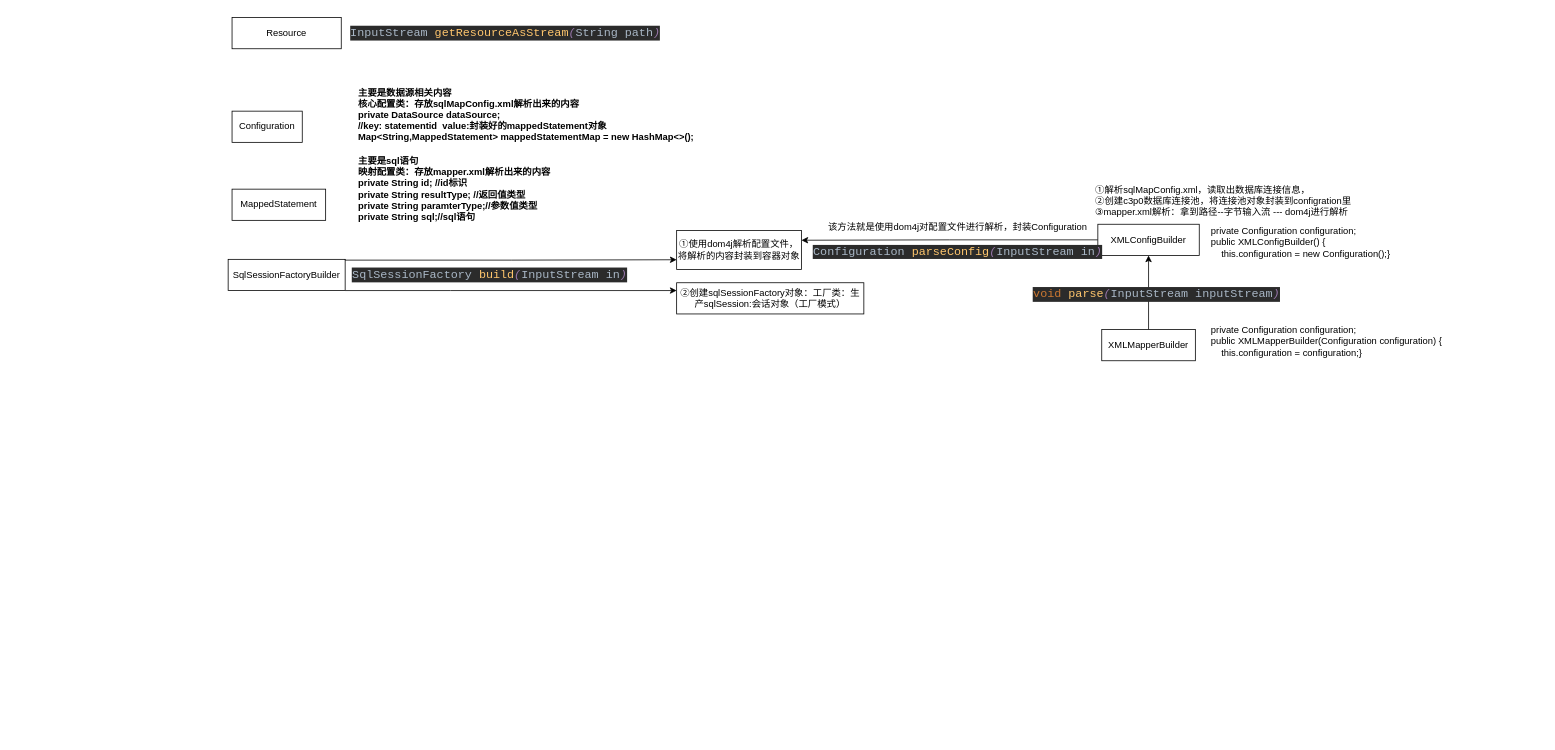
Earlier version of the draw.io diagram 自定义mybatis.drawio (x1126565832/pic). Source tidied: cells renumbered, new cells numbered last; positions are measured from the earlier drawing's top-left corner, leaving out a move shared by most shapes. Both pictures are drawn from the tidied source at 78%, with x=0, y=0 at pixel (228, 13).
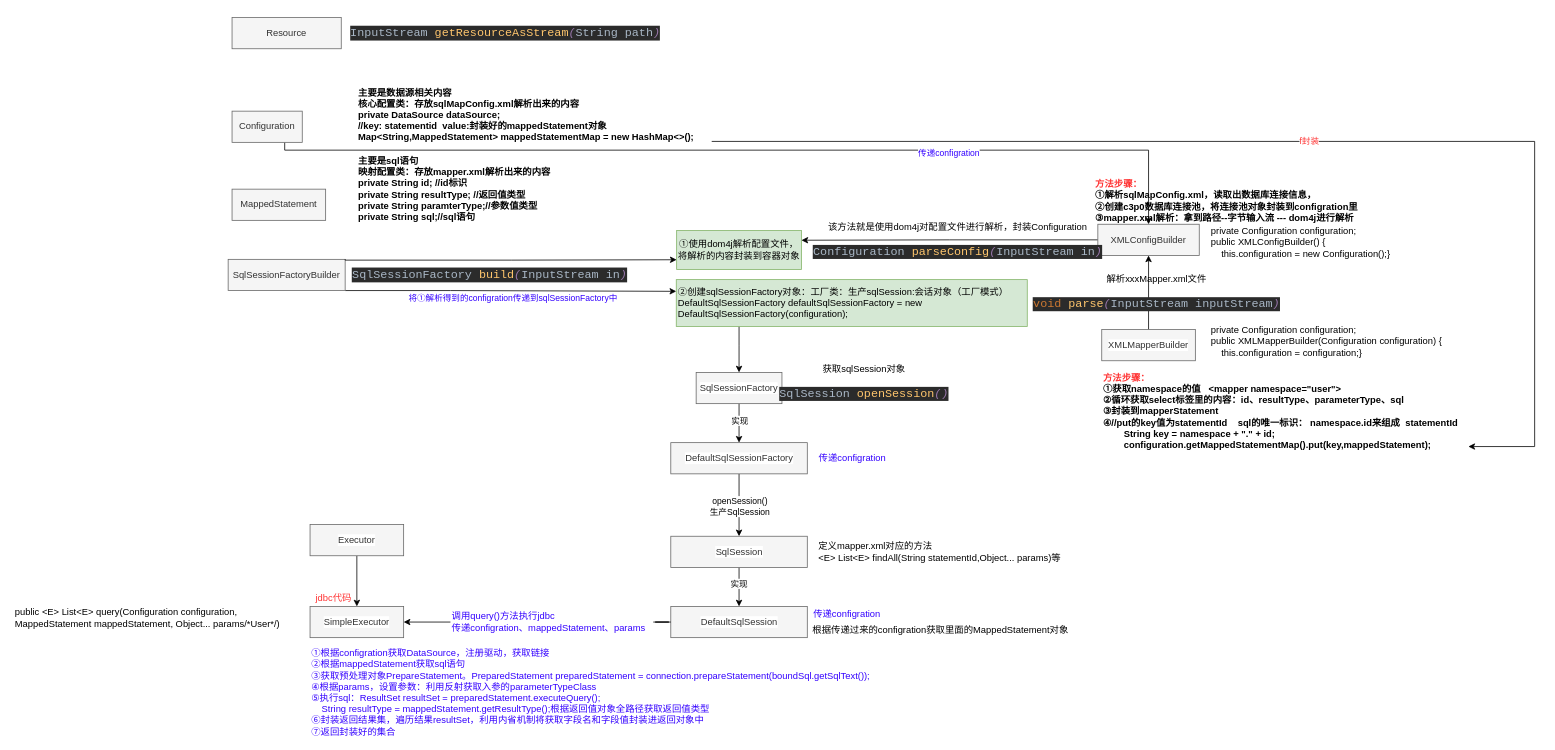
Above is the later version.

Commit message (it also covers changes not shown here):
更新自定义mybatis.drawio

Unchanged cells that the change refers to:
```xml
<mxCell id="7" value="主要是数据源相关内容&lt;br&gt;核心配置类：存放sqlMapConfig.xml解析出来的内容&lt;br&gt;private DataSource dataSource;&lt;br&gt;//key: statementid&amp;nbsp; value:封装好的mappedStatement对象&lt;br&gt;Map&amp;lt;String,MappedStatement&amp;gt; mappedStatementMap = new HashMap&amp;lt;&amp;gt;();&lt;br&gt;" style="text;html=1;align=left;verticalAlign=middle;points=[];strokeColor=none;fillColor=none;fontStyle=1;" parent="1" vertex="1">
  <mxGeometry x="165" y="95" width="450" height="70" as="geometry" />
</mxCell>
<mxCell id="9" style="edgeStyle=orthogonalEdgeStyle;rounded=0;jettySize=auto;html=1;exitX=1;exitY=1;exitDx=0;exitDy=0;entryX=0;entryY=0.25;entryDx=0;entryDy=0;" parent="1" edge="1" source="10" target="13">
  <mxGeometry relative="1" as="geometry">
    <Array as="points">
      <mxPoint x="285" y="355" />
      <mxPoint x="285" y="355" />
    </Array>
  </mxGeometry>
</mxCell>
```

Diff of the diagram source:
```diff
@@
-    <mxCell id="2" value="Resource" style="whiteSpace=wrap;html=1;" parent="1" vertex="1">
+    <mxCell id="2" value="Resource" style="whiteSpace=wrap;html=1;fillColor=#f5f5f5;strokeColor=#666666;fontColor=#333333;" parent="1" vertex="1">
       <mxGeometry x="5" y="5" width="140" height="40" as="geometry" />
     </mxCell>
@@
+    <mxCell id="25" style="edgeStyle=orthogonalEdgeStyle;rounded=0;jettySize=auto;html=1;exitX=0.75;exitY=1;exitDx=0;exitDy=0;fontColor=#3300FF;" parent="1" edge="1" source="4" target="16">
+      <mxGeometry relative="1" as="geometry">
+        <Array as="points">
+          <mxPoint x="73" y="175" />
+          <mxPoint x="1180" y="175" />
+        </Array>
+      </mxGeometry>
+    </mxCell>
+    <mxCell id="26" value="传递configration" style="edgeLabel;html=1;align=center;verticalAlign=middle;fontColor=#3300FF;" parent="25" vertex="1">
+      <mxGeometry x="0.42" y="-3" relative="1" as="geometry" />
+    </mxCell>
-    <mxCell id="4" value="Configuration" style="whiteSpace=wrap;html=1;" parent="1" vertex="1">
+    <mxCell id="4" value="Configuration" style="whiteSpace=wrap;html=1;fillColor=#f5f5f5;strokeColor=#666666;fontColor=#333333;" parent="1" vertex="1">
       <mxGeometry x="5" y="125" width="90" height="40" as="geometry" />
     </mxCell>
-    <mxCell id="5" value="MappedStatement" style="whiteSpace=wrap;html=1;" parent="1" vertex="1">
+    <mxCell id="5" value="MappedStatement" style="whiteSpace=wrap;html=1;fillColor=#f5f5f5;strokeColor=#666666;fontColor=#333333;" parent="1" vertex="1">
       <mxGeometry x="5" y="225" width="120" height="40" as="geometry" />
     </mxCell>
@@
+    <mxCell id="27" value="将①解析得到的configration传递到sqlSessionFactory中" style="edgeLabel;html=1;align=center;verticalAlign=middle;fontColor=#3300FF;" parent="9" vertex="1">
+      <mxGeometry x="0.74" y="1" relative="1" as="geometry">
+        <mxPoint x="-155" y="10" as="offset" />
+      </mxGeometry>
+    </mxCell>
-    <mxCell id="10" value="SqlSessionFactoryBuilder" style="whiteSpace=wrap;html=1;align=center;" parent="1" vertex="1">
+    <mxCell id="10" value="SqlSessionFactoryBuilder" style="whiteSpace=wrap;html=1;align=center;fillColor=#f5f5f5;strokeColor=#666666;fontColor=#333333;" parent="1" vertex="1">
       <mxGeometry y="315" width="150" height="40" as="geometry" />
     </mxCell>
@@
-    <mxCell id="12" value="①使用dom4j解析配置文件，将解析的内容封装到容器对象" style="whiteSpace=wrap;html=1;align=center;" parent="1" vertex="1">
+    <mxCell id="12" value="①使用dom4j解析配置文件，将解析的内容封装到容器对象" style="whiteSpace=wrap;html=1;align=center;fillColor=#d5e8d4;strokeColor=#82b366;" parent="1" vertex="1">
       <mxGeometry x="575" y="278" width="160" height="50" as="geometry" />
     </mxCell>
+    <mxCell id="28" style="edgeStyle=orthogonalEdgeStyle;rounded=0;jettySize=auto;html=1;entryX=0.5;entryY=0;entryDx=0;entryDy=0;fontColor=#000000;" parent="1" edge="1" source="13" target="33">
+      <mxGeometry relative="1" as="geometry">
+        <Array as="points">
+          <mxPoint x="655" y="425" />
+          <mxPoint x="655" y="425" />
+        </Array>
+      </mxGeometry>
+    </mxCell>
-    <mxCell id="13" value="②创建sqlSessionFactory对象：工厂类：生产sqlSession:会话对象（工厂模式）" style="whiteSpace=wrap;html=1;align=center;" parent="1" vertex="1">
-      <mxGeometry x="575" y="345" width="240" height="40" as="geometry" />
+    <mxCell id="13" value="②创建sqlSessionFactory对象：工厂类：生产sqlSession:会话对象（工厂模式）&lt;br&gt;DefaultSqlSessionFactory defaultSqlSessionFactory = new DefaultSqlSessionFactory(configuration);" style="whiteSpace=wrap;html=1;align=left;labelBackgroundColor=none;fillColor=#d5e8d4;strokeColor=#82b366;" parent="1" vertex="1">
+      <mxGeometry x="574.5" y="341" width="450" height="60" as="geometry" />
     </mxCell>
@@
-    <mxCell id="16" value="XMLConfigBuilder" style="whiteSpace=wrap;html=1;align=center;" parent="1" vertex="1">
+    <mxCell id="16" value="XMLConfigBuilder" style="whiteSpace=wrap;html=1;align=center;fillColor=#f5f5f5;strokeColor=#666666;fontColor=#333333;" parent="1" vertex="1">
       <mxGeometry x="1115" y="270" width="130" height="40" as="geometry" />
     </mxCell>
@@
-    <mxCell id="19" value="①解析sqlMapConfig.xml，读取出数据库连接信息，&lt;br&gt;②创建c3p0数据库连接池，将连接池对象封装到configration里&lt;br&gt;&lt;div style=&quot;&quot;&gt;&lt;span&gt;③mapper.xml解析：拿到路径--字节输入流 --- dom4j进行解析&lt;/span&gt;&lt;/div&gt;" style="text;html=1;align=left;verticalAlign=middle;strokeColor=none;fillColor=none;" parent="1" vertex="1">
-      <mxGeometry x="1110" y="215" width="340" height="50" as="geometry" />
+    <mxCell id="19" value="&lt;font color=&quot;#ff3333&quot;&gt;方法步骤：&lt;/font&gt;&lt;br&gt;①解析sqlMapConfig.xml，读取出数据库连接信息，&lt;br&gt;②创建c3p0数据库连接池，将连接池对象封装到configration里&lt;br&gt;&lt;div&gt;&lt;span&gt;③mapper.xml解析：拿到路径--字节输入流 --- dom4j进行解析&lt;/span&gt;&lt;/div&gt;" style="text;html=1;align=left;verticalAlign=middle;strokeColor=none;fillColor=none;fontStyle=1;" parent="1" vertex="1">
+      <mxGeometry x="1110" y="210" width="350" height="60" as="geometry" />
     </mxCell>
@@
-    <mxCell id="21" value="XMLMapperBuilder" style="whiteSpace=wrap;html=1;labelBackgroundColor=#FFFFFF;align=center;" parent="1" vertex="1">
+    <mxCell id="21" value="XMLMapperBuilder" style="whiteSpace=wrap;html=1;labelBackgroundColor=#FFFFFF;align=center;fillColor=#f5f5f5;strokeColor=#666666;fontColor=#333333;" parent="1" vertex="1">
       <mxGeometry x="1120" y="405" width="120" height="40" as="geometry" />
     </mxCell>
@@
-    <mxCell id="24" value="&lt;pre style=&quot;background-color: #2b2b2b ; color: #a9b7c6 ; font-family: &amp;#34;consolas&amp;#34; , monospace ; font-size: 11.3pt&quot;&gt;&lt;span style=&quot;color: #cc7832&quot;&gt;void &lt;/span&gt;&lt;span style=&quot;color: #ffc66d&quot;&gt;parse&lt;/span&gt;&lt;span style=&quot;color: #9876aa ; font-style: italic&quot;&gt;(&lt;/span&gt;InputStream inputStream&lt;span style=&quot;color: #9876aa ; font-style: italic&quot;&gt;)&lt;/span&gt;&lt;/pre&gt;" style="text;html=1;align=center;verticalAlign=middle;strokeColor=none;fillColor=none;" parent="1" vertex="1">
-      <mxGeometry x="1035" y="335" width="310" height="50" as="geometry" />
+    <mxCell id="24" value="解析xxxMapper.xml文件&lt;br&gt;&lt;pre style=&quot;background-color: #2b2b2b ; color: #a9b7c6 ; font-family: &amp;#34;consolas&amp;#34; , monospace ; font-size: 11.3pt&quot;&gt;&lt;span style=&quot;color: #cc7832&quot;&gt;void &lt;/span&gt;&lt;span style=&quot;color: #ffc66d&quot;&gt;parse&lt;/span&gt;&lt;span style=&quot;color: #9876aa ; font-style: italic&quot;&gt;(&lt;/span&gt;InputStream inputStream&lt;span style=&quot;color: #9876aa ; font-style: italic&quot;&gt;)&lt;/span&gt;&lt;/pre&gt;" style="text;html=1;align=center;verticalAlign=middle;strokeColor=none;fillColor=none;" parent="1" vertex="1">
+      <mxGeometry x="1035" y="335" width="310" height="60" as="geometry" />
     </mxCell>
+    <mxCell id="29" value="&lt;span style=&quot;color: rgb(255 , 51 , 51)&quot;&gt;方法步骤：&lt;/span&gt;&lt;br&gt;①获取namespace的值&amp;nbsp; &amp;nbsp;&amp;lt;mapper namespace=&quot;user&quot;&amp;gt;&lt;br&gt;②循环获取select标签里的内容：id、resultType、parameterType、sql&lt;br&gt;③封装到mapperStatement&lt;br&gt;④&lt;span&gt;//put的key值为statementId&amp;nbsp; &amp;nbsp; sql的唯一标识： namespace.id来组成&amp;nbsp; statementId&lt;/span&gt;&lt;div&gt;&amp;nbsp; &amp;nbsp; &amp;nbsp; &amp;nbsp; String key = namespace + &quot;.&quot; + id;&lt;/div&gt;&lt;div&gt;&amp;nbsp; &amp;nbsp; &amp;nbsp; &amp;nbsp; configuration.getMappedStatementMap().put(key,mappedStatement);&lt;/div&gt;" style="text;html=1;align=left;verticalAlign=middle;points=[];strokeColor=none;fillColor=none;fontColor=#000000;fontStyle=1;" parent="1" vertex="1">
+      <mxGeometry x="1120" y="460" width="470" height="100" as="geometry" />
+    </mxCell>
+    <mxCell id="30" style="endArrow=classic;html=1;rounded=0;fontColor=#FF3333;edgeStyle=orthogonalEdgeStyle;exitX=1.011;exitY=0.983;exitDx=0;exitDy=0;exitPerimeter=0;" parent="1" edge="1" source="7" target="29">
+      <mxGeometry relative="1" as="geometry">
+        <Array as="points">
+          <mxPoint x="1675" y="164" />
+          <mxPoint x="1675" y="555" />
+        </Array>
+      </mxGeometry>
+    </mxCell>
+    <mxCell id="31" value="f封装" style="edgeLabel;html=1;align=center;verticalAlign=middle;labelBackgroundColor=#FFFFFF;fontColor=#FF3333;" parent="30" vertex="1">
+      <mxGeometry relative="1" as="geometry" />
+    </mxCell>
+    <mxCell id="32" style="edgeStyle=orthogonalEdgeStyle;rounded=0;jettySize=auto;html=1;fontColor=#000000;" parent="1" edge="1" source="33" target="35">
+      <mxGeometry relative="1" as="geometry" />
+    </mxCell>
+    <mxCell id="33" value="SqlSessionFactory" style="whiteSpace=wrap;html=1;labelBackgroundColor=#FFFFFF;fontColor=#333333;align=center;fillColor=#f5f5f5;strokeColor=#666666;" parent="1" vertex="1">
+      <mxGeometry x="600" y="460" width="110" height="40" as="geometry" />
+    </mxCell>
+    <mxCell id="34" style="edgeStyle=orthogonalEdgeStyle;rounded=0;jettySize=auto;html=1;fontColor=#000000;" parent="1" edge="1" source="35" target="41">
+      <mxGeometry relative="1" as="geometry" />
+    </mxCell>
+    <mxCell id="35" value="DefaultSqlSessionFactory" style="whiteSpace=wrap;html=1;labelBackgroundColor=#FFFFFF;fontColor=#333333;align=center;fillColor=#f5f5f5;strokeColor=#666666;" parent="1" vertex="1">
+      <mxGeometry x="567.5" y="550" width="175" height="40" as="geometry" />
+    </mxCell>
+    <mxCell id="36" value="获取sqlSession对象&lt;br&gt;&lt;pre style=&quot;background-color: rgb(43 , 43 , 43) ; color: rgb(169 , 183 , 198) ; font-family: &amp;#34;consolas&amp;#34; , monospace ; font-size: 11.3pt&quot;&gt;SqlSession &lt;span style=&quot;color: rgb(255 , 198 , 109)&quot;&gt;openSession&lt;/span&gt;&lt;span style=&quot;color: rgb(152 , 118 , 170) ; font-style: italic&quot;&gt;()&lt;/span&gt;&lt;/pre&gt;" style="text;html=1;align=center;verticalAlign=middle;strokeColor=none;fillColor=none;fontColor=#000000;" parent="1" vertex="1">
+      <mxGeometry x="710" y="450" width="210" height="60" as="geometry" />
+    </mxCell>
+    <mxCell id="37" style="edgeStyle=orthogonalEdgeStyle;rounded=0;jettySize=auto;html=1;entryX=0.5;entryY=0;entryDx=0;entryDy=0;fontColor=#000000;" parent="1" edge="1" source="41" target="43">
+      <mxGeometry relative="1" as="geometry" />
+    </mxCell>
+    <mxCell id="38" value="实现" style="edgeLabel;html=1;align=center;verticalAlign=middle;fontColor=#000000;" parent="37" vertex="1">
+      <mxGeometry x="-0.22" y="-1" relative="1" as="geometry" />
+    </mxCell>
+    <mxCell id="39" value="实现" style="edgeLabel;html=1;align=center;verticalAlign=middle;fontColor=#000000;" parent="37" vertex="1">
+      <mxGeometry x="-0.22" y="-1" relative="1" as="geometry">
+        <mxPoint x="1" y="-209" as="offset" />
+      </mxGeometry>
+    </mxCell>
+    <mxCell id="40" value="&lt;span style=&quot;font-size: 11px&quot;&gt;openSession()&lt;/span&gt;&lt;br&gt;生产SqlSession" style="edgeLabel;html=1;align=center;verticalAlign=middle;fontColor=#000000;" parent="37" vertex="1">
+      <mxGeometry x="-0.22" y="-1" relative="1" as="geometry">
+        <mxPoint x="1" y="-99" as="offset" />
+      </mxGeometry>
+    </mxCell>
+    <mxCell id="41" value="SqlSession" style="whiteSpace=wrap;html=1;labelBackgroundColor=#FFFFFF;fontColor=#333333;align=center;fillColor=#f5f5f5;strokeColor=#666666;" parent="1" vertex="1">
+      <mxGeometry x="567.5" y="670" width="175" height="40" as="geometry" />
+    </mxCell>
+    <mxCell id="42" style="edgeStyle=orthogonalEdgeStyle;rounded=0;jettySize=auto;html=1;entryX=1;entryY=0.5;entryDx=0;entryDy=0;fontColor=#FF3333;startArrow=none;" parent="1" edge="1" source="52" target="49">
+      <mxGeometry relative="1" as="geometry" />
+    </mxCell>
+    <mxCell id="43" value="DefaultSqlSession" style="whiteSpace=wrap;html=1;labelBackgroundColor=#FFFFFF;fontColor=#333333;align=center;fillColor=#f5f5f5;strokeColor=#666666;" parent="1" vertex="1">
+      <mxGeometry x="567.5" y="760" width="175" height="40" as="geometry" />
+    </mxCell>
+    <mxCell id="44" value="传递configration" style="text;html=1;align=center;verticalAlign=middle;strokeColor=none;fillColor=none;fontColor=#3300FF;" parent="1" vertex="1">
+      <mxGeometry x="749.5" y="560" width="100" height="20" as="geometry" />
+    </mxCell>
+    <mxCell id="45" value="根据传递过来的configration获取里面的MappedStatement对象&lt;br&gt;" style="text;html=1;align=center;verticalAlign=middle;strokeColor=none;fillColor=none;fontColor=#000000;" parent="1" vertex="1">
+      <mxGeometry x="742.5" y="780" width="340" height="20" as="geometry" />
+    </mxCell>
+    <mxCell id="46" value="定义mapper.xml对应的方法&lt;br&gt;&amp;lt;E&amp;gt; List&amp;lt;E&amp;gt; findAll(String statementId,Object... params)等" style="text;html=1;align=left;verticalAlign=middle;strokeColor=none;fillColor=none;fontColor=#000000;" parent="1" vertex="1">
+      <mxGeometry x="755" y="675" width="330" height="30" as="geometry" />
+    </mxCell>
+    <mxCell id="47" style="edgeStyle=orthogonalEdgeStyle;rounded=0;jettySize=auto;html=1;fontColor=#000000;" parent="1" edge="1" source="48" target="49">
+      <mxGeometry relative="1" as="geometry" />
+    </mxCell>
+    <mxCell id="48" value="Executor" style="whiteSpace=wrap;html=1;labelBackgroundColor=#FFFFFF;fontColor=#333333;align=center;fillColor=#f5f5f5;strokeColor=#666666;" parent="1" vertex="1">
+      <mxGeometry x="105" y="655" width="120" height="40" as="geometry" />
+    </mxCell>
+    <mxCell id="49" value="SimpleExecutor" style="whiteSpace=wrap;html=1;labelBackgroundColor=#FFFFFF;fontColor=#333333;align=center;fillColor=#f5f5f5;strokeColor=#666666;" parent="1" vertex="1">
+      <mxGeometry x="105" y="760" width="120" height="40" as="geometry" />
+    </mxCell>
+    <mxCell id="50" value="public &amp;lt;E&amp;gt; List&amp;lt;E&amp;gt; query(Configuration configuration, &lt;br&gt;MappedStatement mappedStatement, Object... params/*User*/)" style="text;html=1;align=left;verticalAlign=middle;strokeColor=none;fillColor=none;fontColor=#000000;" parent="1" vertex="1">
+      <mxGeometry x="-275" y="760" width="350" height="30" as="geometry" />
+    </mxCell>
+    <mxCell id="51" value="jdbc代码" style="text;html=1;align=center;verticalAlign=middle;strokeColor=none;fillColor=none;fontColor=#FF3333;" parent="1" vertex="1">
+      <mxGeometry x="105" y="740" width="60" height="20" as="geometry" />
+    </mxCell>
+    <mxCell id="52" value="调用query()方法执行jdbc&lt;br&gt;传递configration、mappedStatement、params" style="text;html=1;align=left;verticalAlign=middle;points=[];strokeColor=none;fillColor=none;fontColor=#3300FF;" parent="1" vertex="1">
+      <mxGeometry x="285" y="765" width="260" height="30" as="geometry" />
+    </mxCell>
+    <mxCell id="53" style="edgeStyle=orthogonalEdgeStyle;rounded=0;jettySize=auto;html=1;entryX=1;entryY=0.5;entryDx=0;entryDy=0;fontColor=#FF3333;endArrow=none;" parent="1" edge="1" source="43" target="52">
+      <mxGeometry relative="1" as="geometry" />
+    </mxCell>
+    <mxCell id="54" value="①根据configration获取DataSource，注册驱动，获取链接&lt;br&gt;②根据mappedStatement获取sql语句&lt;br&gt;③获取预处理对象PrepareStatement。PreparedStatement preparedStatement = connection.prepareStatement(boundSql.getSqlText());&lt;br&gt;④根据params，设置参数：利用反射获取入参的parameterTypeClass&lt;br&gt;⑤执行sql：ResultSet resultSet = preparedStatement.executeQuery();&lt;br&gt;&amp;nbsp; &amp;nbsp;&amp;nbsp;String resultType = mappedStatement.getResultType();根据返回值对象全路径获取返回值类型&lt;br&gt;⑥封装返回结果集，遍历结果resultSet，利用内省机制将获取字段名和字段值封装进返回对象中&lt;br&gt;⑦返回封装好的集合" style="text;html=1;align=left;verticalAlign=middle;strokeColor=none;fillColor=none;fontColor=#3300FF;" parent="1" vertex="1">
+      <mxGeometry x="105" y="815" width="730" height="110" as="geometry" />
+    </mxCell>
+    <mxCell id="55" value="传递configration" style="text;html=1;align=center;verticalAlign=middle;strokeColor=none;fillColor=none;fontColor=#3300FF;" parent="1" vertex="1">
+      <mxGeometry x="742.5" y="760" width="100" height="20" as="geometry" />
+    </mxCell>
```
